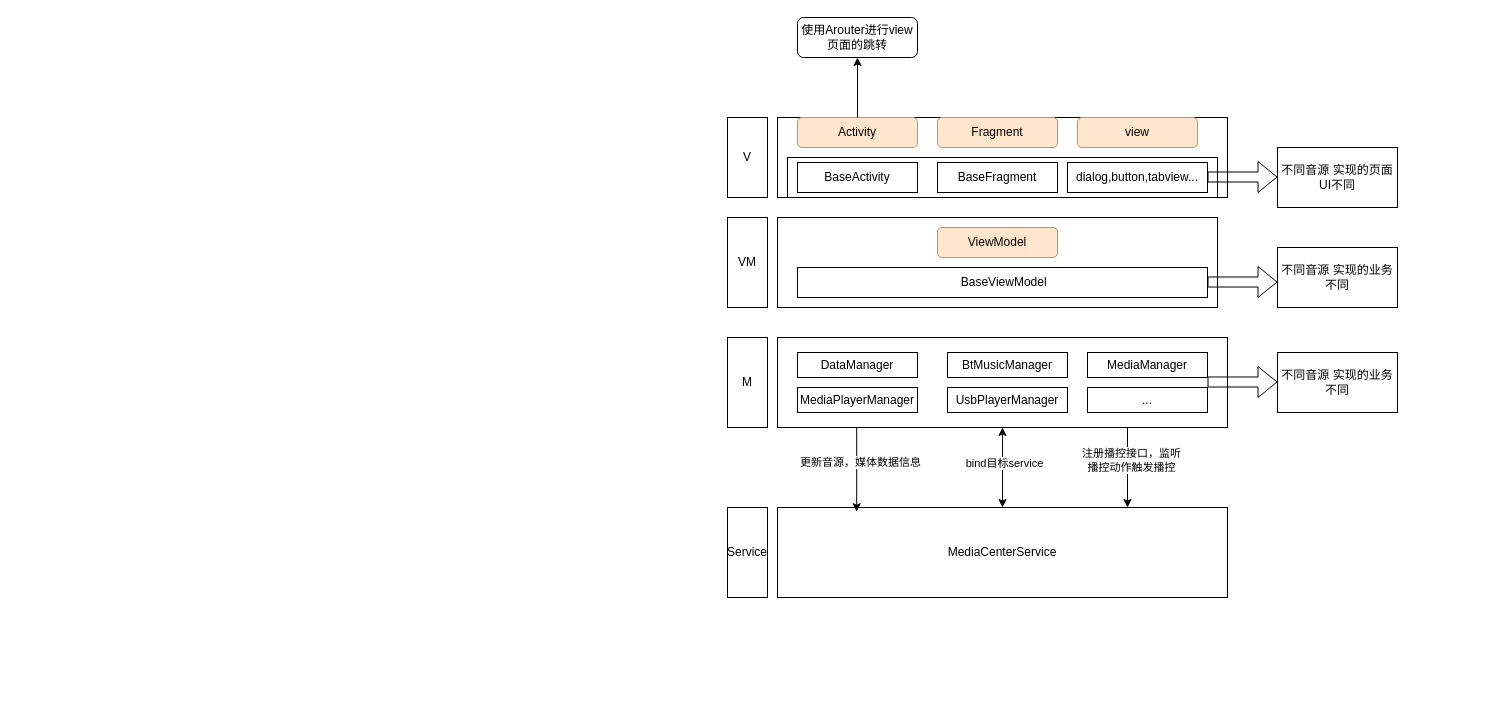
Before: page "MediaCenter重构" (2 of 14) of 未命名绘图.drawio in NewPlayerAndroid/Latest-Interview, a draw.io diagram. Source tidied: cells renumbered, new cells numbered last; positions are measured from the earlier drawing's top-left corner, leaving out a move shared by most shapes. Both pictures are drawn from the tidied source at 100%, with x=0, y=0 at pixel (707, 17).
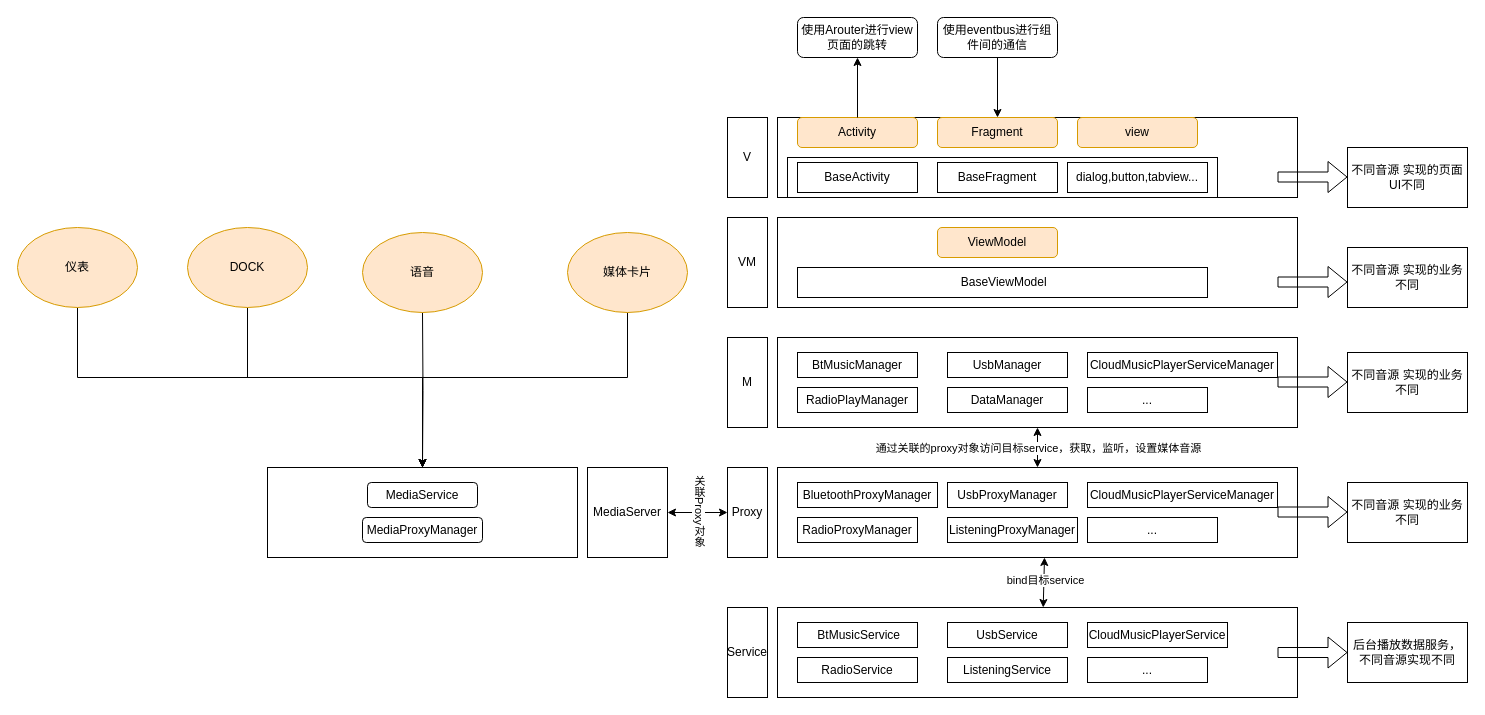
The same diagram, later.

Unchanged cells that the change refers to:
```xml
<mxCell id="6" value="Activity" style="rounded=1;whiteSpace=wrap;html=1;fillColor=#ffe6cc;strokeColor=#d79b00;" parent="1" vertex="1">
  <mxGeometry x="90" y="100" width="120" height="30" as="geometry" />
</mxCell>
<mxCell id="7" value="Fragment" style="rounded=1;whiteSpace=wrap;html=1;fillColor=#ffe6cc;strokeColor=#d79b00;" parent="1" vertex="1">
  <mxGeometry x="230" y="100" width="120" height="30" as="geometry" />
</mxCell>
```

Diff of the diagram source:
```diff
@@
-    <mxCell id="5" style="rounded=0;whiteSpace=wrap;html=1;" parent="1" vertex="1">
-      <mxGeometry x="70" y="100" width="450" height="80" as="geometry" />
-    </mxCell>
+    <mxCell id="41" style="rounded=0;whiteSpace=wrap;html=1;" parent="1" vertex="1">
+      <mxGeometry x="70" y="100" width="520" height="80" as="geometry" />
+    </mxCell>
@@
-    <mxCell id="13" style="shape=flexArrow;endArrow=classic;html=1;rounded=0;" parent="1" edge="1">
-      <mxGeometry relative="1" as="geometry">
-        <mxPoint x="500" y="159.5" as="sourcePoint" />
-        <mxPoint x="570" y="159.5" as="targetPoint" />
-      </mxGeometry>
-    </mxCell>
+    <mxCell id="42" style="shape=flexArrow;endArrow=classic;html=1;rounded=0;" parent="1" edge="1">
+      <mxGeometry relative="1" as="geometry">
+        <mxPoint x="570" y="159.5" as="sourcePoint" />
+        <mxPoint x="640" y="159.5" as="targetPoint" />
+      </mxGeometry>
+    </mxCell>
     <mxCell id="14" value="不同音源 实现的页面UI不同" style="rounded=0;whiteSpace=wrap;html=1;" parent="1" vertex="1">
-      <mxGeometry x="570" y="130" width="120" height="60" as="geometry" />
+      <mxGeometry x="640" y="130" width="120" height="60" as="geometry" />
     </mxCell>
@@
-    <mxCell id="16" style="rounded=0;whiteSpace=wrap;html=1;" parent="1" vertex="1">
-      <mxGeometry x="70" y="200" width="440" height="90" as="geometry" />
-    </mxCell>
+    <mxCell id="43" style="rounded=0;whiteSpace=wrap;html=1;" parent="1" vertex="1">
+      <mxGeometry x="70" y="200" width="520" height="90" as="geometry" />
+    </mxCell>
@@
-    <mxCell id="19" style="shape=flexArrow;endArrow=classic;html=1;rounded=0;" parent="1" edge="1">
-      <mxGeometry relative="1" as="geometry">
-        <mxPoint x="500" y="264.5" as="sourcePoint" />
-        <mxPoint x="570" y="264.5" as="targetPoint" />
-      </mxGeometry>
-    </mxCell>
-    <mxCell id="20" value="不同音源 实现的业务不同" style="rounded=0;whiteSpace=wrap;html=1;" parent="1" vertex="1">
-      <mxGeometry x="570" y="230" width="120" height="60" as="geometry" />
-    </mxCell>
+    <mxCell id="44" style="shape=flexArrow;endArrow=classic;html=1;rounded=0;" parent="1" edge="1">
+      <mxGeometry relative="1" as="geometry">
+        <mxPoint x="570" y="264.5" as="sourcePoint" />
+        <mxPoint x="640" y="264.5" as="targetPoint" />
+      </mxGeometry>
+    </mxCell>
+    <mxCell id="45" value="不同音源 实现的业务不同" style="rounded=0;whiteSpace=wrap;html=1;" parent="1" vertex="1">
+      <mxGeometry x="640" y="230" width="120" height="60" as="geometry" />
+    </mxCell>
@@
-    <mxCell id="22" style="rounded=0;whiteSpace=wrap;html=1;" parent="1" vertex="1">
-      <mxGeometry x="70" y="320" width="450" height="90" as="geometry" />
-    </mxCell>
+    <mxCell id="46" style="rounded=0;whiteSpace=wrap;html=1;" parent="1" vertex="1">
+      <mxGeometry x="70" y="320" width="520" height="90" as="geometry" />
+    </mxCell>
+    <mxCell id="24" value="BtMusicManager" style="rounded=0;whiteSpace=wrap;html=1;" parent="1" vertex="1">
+      <mxGeometry x="90" y="335" width="120" height="25" as="geometry" />
+    </mxCell>
+    <mxCell id="47" value="UsbManager" style="rounded=0;whiteSpace=wrap;html=1;" parent="1" vertex="1">
+      <mxGeometry x="240" y="335" width="120" height="25" as="geometry" />
+    </mxCell>
+    <mxCell id="48" value="CloudMusicPlayerServiceManager" style="rounded=0;whiteSpace=wrap;html=1;" parent="1" vertex="1">
+      <mxGeometry x="380" y="335" width="190" height="25" as="geometry" />
+    </mxCell>
+    <mxCell id="49" value="RadioPlayManager" style="rounded=0;whiteSpace=wrap;html=1;" parent="1" vertex="1">
+      <mxGeometry x="90" y="370" width="120" height="25" as="geometry" />
+    </mxCell>
     <mxCell id="23" value="DataManager" style="rounded=0;whiteSpace=wrap;html=1;" parent="1" vertex="1">
-      <mxGeometry x="90" y="335" width="120" height="25" as="geometry" />
+      <mxGeometry x="240" y="370" width="120" height="25" as="geometry" />
     </mxCell>
-    <mxCell id="24" value="BtMusicManager" style="rounded=0;whiteSpace=wrap;html=1;" parent="1" vertex="1">
-      <mxGeometry x="240" y="335" width="120" height="25" as="geometry" />
-    </mxCell>
-    <mxCell id="25" value="MediaManager" style="rounded=0;whiteSpace=wrap;html=1;" parent="1" vertex="1">
-      <mxGeometry x="380" y="335" width="120" height="25" as="geometry" />
-    </mxCell>
-    <mxCell id="26" value="MediaPlayerManager" style="rounded=0;whiteSpace=wrap;html=1;" parent="1" vertex="1">
-      <mxGeometry x="90" y="370" width="120" height="25" as="geometry" />
-    </mxCell>
-    <mxCell id="27" value="UsbPlayerManager" style="rounded=0;whiteSpace=wrap;html=1;" parent="1" vertex="1">
-      <mxGeometry x="240" y="370" width="120" height="25" as="geometry" />
-    </mxCell>
@@
-    <mxCell id="29" style="shape=flexArrow;endArrow=classic;html=1;rounded=0;" parent="1" edge="1">
-      <mxGeometry relative="1" as="geometry">
-        <mxPoint x="500" y="364.5" as="sourcePoint" />
-        <mxPoint x="570" y="364.5" as="targetPoint" />
-      </mxGeometry>
-    </mxCell>
-    <mxCell id="30" value="不同音源 实现的业务不同" style="rounded=0;whiteSpace=wrap;html=1;" parent="1" vertex="1">
-      <mxGeometry x="570" y="335" width="120" height="60" as="geometry" />
-    </mxCell>
+    <mxCell id="50" style="shape=flexArrow;endArrow=classic;html=1;rounded=0;" parent="1" edge="1">
+      <mxGeometry relative="1" as="geometry">
+        <mxPoint x="570" y="364.5" as="sourcePoint" />
+        <mxPoint x="640" y="364.5" as="targetPoint" />
+      </mxGeometry>
+    </mxCell>
+    <mxCell id="51" value="不同音源 实现的业务不同" style="rounded=0;whiteSpace=wrap;html=1;" parent="1" vertex="1">
+      <mxGeometry x="640" y="335" width="120" height="60" as="geometry" />
+    </mxCell>
@@
-    <mxCell id="32" style="endArrow=classic;html=1;rounded=0;" parent="1" edge="1" source="6">
-      <mxGeometry relative="1" as="geometry">
-        <mxPoint x="150" y="40" as="targetPoint" />
-      </mxGeometry>
-    </mxCell>
+    <mxCell id="52" style="endArrow=classic;html=1;rounded=0;" parent="1" edge="1" source="6">
+      <mxGeometry relative="1" as="geometry">
+        <mxPoint x="150" y="40" as="targetPoint" />
+      </mxGeometry>
+    </mxCell>
+    <mxCell id="53" style="edgeStyle=orthogonalEdgeStyle;rounded=0;jettySize=auto;html=1;" parent="1" edge="1" source="54" target="7">
+      <mxGeometry relative="1" as="geometry" />
+    </mxCell>
+    <mxCell id="54" value="使用eventbus进行组件间的通信" style="rounded=1;whiteSpace=wrap;html=1;" parent="1" vertex="1">
+      <mxGeometry x="230" width="120" height="40" as="geometry" />
+    </mxCell>
     <mxCell id="33" value="Service" style="rounded=0;whiteSpace=wrap;html=1;" parent="1" vertex="1">
-      <mxGeometry x="20" y="490" width="40" height="90" as="geometry" />
+      <mxGeometry x="20" y="590" width="40" height="90" as="geometry" />
     </mxCell>
-    <mxCell id="34" value="MediaCenterService" style="rounded=0;whiteSpace=wrap;html=1;" parent="1" vertex="1">
-      <mxGeometry x="70" y="490" width="450" height="90" as="geometry" />
-    </mxCell>
-    <mxCell id="35" style="endArrow=classic;startArrow=classic;html=1;rounded=0;exitX=0.5;exitY=0;exitDx=0;exitDy=0;entryX=0.5;entryY=1;entryDx=0;entryDy=0;" parent="1" edge="1" source="34" target="22">
-      <mxGeometry relative="1" as="geometry" />
-    </mxCell>
+    <mxCell id="55" value="Proxy" style="rounded=0;whiteSpace=wrap;html=1;" parent="1" vertex="1">
+      <mxGeometry x="20" y="450" width="40" height="90" as="geometry" />
+    </mxCell>
+    <mxCell id="56" style="rounded=0;whiteSpace=wrap;html=1;" parent="1" vertex="1">
+      <mxGeometry x="70" y="590" width="520" height="90" as="geometry" />
+    </mxCell>
+    <mxCell id="57" value="&amp;nbsp;BtMusicService" style="rounded=0;whiteSpace=wrap;html=1;" parent="1" vertex="1">
+      <mxGeometry x="90" y="605" width="120" height="25" as="geometry" />
+    </mxCell>
+    <mxCell id="58" value="UsbService" style="rounded=0;whiteSpace=wrap;html=1;" parent="1" vertex="1">
+      <mxGeometry x="240" y="605" width="120" height="25" as="geometry" />
+    </mxCell>
+    <mxCell id="59" value="CloudMusicPlayerService" style="rounded=0;whiteSpace=wrap;html=1;" parent="1" vertex="1">
+      <mxGeometry x="380" y="605" width="140" height="25" as="geometry" />
+    </mxCell>
+    <mxCell id="60" value="RadioService" style="rounded=0;whiteSpace=wrap;html=1;" parent="1" vertex="1">
+      <mxGeometry x="90" y="640" width="120" height="25" as="geometry" />
+    </mxCell>
+    <mxCell id="61" value="ListeningService" style="rounded=0;whiteSpace=wrap;html=1;" parent="1" vertex="1">
+      <mxGeometry x="240" y="640" width="120" height="25" as="geometry" />
+    </mxCell>
+    <mxCell id="62" value="..." style="rounded=0;whiteSpace=wrap;html=1;" parent="1" vertex="1">
+      <mxGeometry x="380" y="640" width="120" height="25" as="geometry" />
+    </mxCell>
+    <mxCell id="63" style="rounded=0;whiteSpace=wrap;html=1;" parent="1" vertex="1">
+      <mxGeometry x="70" y="450" width="520" height="90" as="geometry" />
+    </mxCell>
+    <mxCell id="64" value="BluetoothProxyManager" style="rounded=0;whiteSpace=wrap;html=1;" parent="1" vertex="1">
+      <mxGeometry x="90" y="465" width="140" height="25" as="geometry" />
+    </mxCell>
+    <mxCell id="65" value="UsbProxyManager" style="rounded=0;whiteSpace=wrap;html=1;" parent="1" vertex="1">
+      <mxGeometry x="240" y="465" width="120" height="25" as="geometry" />
+    </mxCell>
+    <mxCell id="66" value="CloudMusicPlayerServiceManager" style="rounded=0;whiteSpace=wrap;html=1;" parent="1" vertex="1">
+      <mxGeometry x="380" y="465" width="190" height="25" as="geometry" />
+    </mxCell>
+    <mxCell id="67" value="RadioProxyManager" style="rounded=0;whiteSpace=wrap;html=1;" parent="1" vertex="1">
+      <mxGeometry x="90" y="500" width="120" height="25" as="geometry" />
+    </mxCell>
+    <mxCell id="68" value="ListeningProxyManager" style="rounded=0;whiteSpace=wrap;html=1;" parent="1" vertex="1">
+      <mxGeometry x="240" y="500" width="130" height="25" as="geometry" />
+    </mxCell>
+    <mxCell id="69" value="..." style="rounded=0;whiteSpace=wrap;html=1;" parent="1" vertex="1">
+      <mxGeometry x="380" y="500" width="130" height="25" as="geometry" />
+    </mxCell>
+    <mxCell id="70" style="shape=flexArrow;endArrow=classic;html=1;rounded=0;entryX=0;entryY=0.5;entryDx=0;entryDy=0;" parent="1" edge="1" target="71">
+      <mxGeometry relative="1" as="geometry">
+        <mxPoint x="570" y="635" as="sourcePoint" />
+      </mxGeometry>
+    </mxCell>
+    <mxCell id="71" value="后台播放数据服务，不同音源实现不同" style="rounded=0;whiteSpace=wrap;html=1;" parent="1" vertex="1">
+      <mxGeometry x="640" y="605" width="120" height="60" as="geometry" />
+    </mxCell>
+    <mxCell id="72" style="endArrow=classic;startArrow=classic;html=1;rounded=0;exitX=0.5;exitY=0;exitDx=0;exitDy=0;entryX=0.5;entryY=1;entryDx=0;entryDy=0;" parent="1" edge="1" source="63" target="46">
+      <mxGeometry relative="1" as="geometry" />
+    </mxCell>
+    <mxCell id="73" value="通过关联的proxy对象访问目标service，获取，监听，设置媒体音源" style="edgeLabel;html=1;align=center;verticalAlign=middle;" parent="72" vertex="1">
+      <mxGeometry relative="1" as="geometry" />
+    </mxCell>
+    <mxCell id="74" style="endArrow=classic;startArrow=classic;html=1;rounded=0;exitX=0.511;exitY=0;exitDx=0;exitDy=0;exitPerimeter=0;" parent="1" edge="1" source="56">
+      <mxGeometry relative="1" as="geometry">
+        <mxPoint x="337" y="540" as="targetPoint" />
+      </mxGeometry>
+    </mxCell>
-    <mxCell id="36" value="bind目标service" style="edgeLabel;html=1;align=center;verticalAlign=middle;" parent="35" vertex="1">
+    <mxCell id="36" value="bind目标service" style="edgeLabel;html=1;align=center;verticalAlign=middle;" parent="74" vertex="1">
       <mxGeometry x="0.13" y="-1" relative="1" as="geometry" />
     </mxCell>
-    <mxCell id="37" style="endArrow=classic;html=1;rounded=0;entryX=0.176;entryY=0.047;entryDx=0;entryDy=0;entryPerimeter=0;exitX=0.176;exitY=1.003;exitDx=0;exitDy=0;exitPerimeter=0;" parent="1" edge="1" source="22" target="34">
-      <mxGeometry relative="1" as="geometry" />
-    </mxCell>
-    <mxCell id="38" value="更新音源，媒体数据信息" style="edgeLabel;html=1;align=center;verticalAlign=middle;" parent="37" vertex="1">
-      <mxGeometry x="-0.19" y="3" relative="1" as="geometry" />
-    </mxCell>
-    <mxCell id="39" style="endArrow=classic;html=1;rounded=0;exitX=0.176;exitY=1.003;exitDx=0;exitDy=0;exitPerimeter=0;" parent="1" edge="1">
-      <mxGeometry relative="1" as="geometry">
-        <mxPoint x="420" y="410" as="sourcePoint" />
-        <mxPoint x="420" y="490" as="targetPoint" />
-      </mxGeometry>
-    </mxCell>
-    <mxCell id="40" value="注册播控接口，监听&lt;div&gt;播控动作触发播控&lt;/div&gt;" style="edgeLabel;html=1;align=center;verticalAlign=middle;" parent="39" vertex="1">
-      <mxGeometry x="-0.19" y="3" relative="1" as="geometry" />
-    </mxCell>
+    <mxCell id="75" style="shape=flexArrow;endArrow=classic;html=1;rounded=0;" parent="1" edge="1">
+      <mxGeometry relative="1" as="geometry">
+        <mxPoint x="570" y="494.5" as="sourcePoint" />
+        <mxPoint x="640" y="494.5" as="targetPoint" />
+      </mxGeometry>
+    </mxCell>
+    <mxCell id="76" value="不同音源 实现的业务不同" style="rounded=0;whiteSpace=wrap;html=1;" parent="1" vertex="1">
+      <mxGeometry x="640" y="465" width="120" height="60" as="geometry" />
+    </mxCell>
+    <mxCell id="77" style="rounded=0;whiteSpace=wrap;html=1;" parent="1" vertex="1">
+      <mxGeometry x="-440" y="450" width="310" height="90" as="geometry" />
+    </mxCell>
+    <mxCell id="78" value="MediaServer" style="rounded=0;whiteSpace=wrap;html=1;" parent="1" vertex="1">
+      <mxGeometry x="-120" y="450" width="80" height="90" as="geometry" />
+    </mxCell>
+    <mxCell id="79" value="MediaService" style="rounded=1;whiteSpace=wrap;html=1;" parent="1" vertex="1">
+      <mxGeometry x="-340" y="465" width="110" height="25" as="geometry" />
+    </mxCell>
+    <mxCell id="80" style="endArrow=classic;startArrow=classic;html=1;rounded=0;entryX=0;entryY=0.5;entryDx=0;entryDy=0;" parent="1" edge="1" source="78" target="55">
+      <mxGeometry relative="1" as="geometry" />
+    </mxCell>
+    <mxCell id="81" value="关联Proxy对象" style="edgeLabel;html=1;align=center;verticalAlign=middle;textDirection=vertical-lr;" parent="80" vertex="1">
+      <mxGeometry x="-0.01" y="2" relative="1" as="geometry" />
+    </mxCell>
+    <mxCell id="82" value="MediaProxyManager" style="rounded=1;whiteSpace=wrap;html=1;" parent="1" vertex="1">
+      <mxGeometry x="-345" y="500" width="120" height="25" as="geometry" />
+    </mxCell>
+    <mxCell id="83" style="edgeStyle=orthogonalEdgeStyle;rounded=0;jettySize=auto;html=1;entryX=0.5;entryY=0;entryDx=0;entryDy=0;" parent="1" edge="1" target="77">
+      <mxGeometry relative="1" as="geometry">
+        <mxPoint x="-460" y="290" as="sourcePoint" />
+        <Array as="points">
+          <mxPoint x="-460" y="360" />
+          <mxPoint x="-285" y="360" />
+        </Array>
+      </mxGeometry>
+    </mxCell>
+    <mxCell id="84" style="edgeStyle=orthogonalEdgeStyle;rounded=0;jettySize=auto;html=1;entryX=0.5;entryY=0;entryDx=0;entryDy=0;" parent="1" edge="1" target="77">
+      <mxGeometry relative="1" as="geometry">
+        <mxPoint x="-285" y="295" as="sourcePoint" />
+      </mxGeometry>
+    </mxCell>
+    <mxCell id="85" style="edgeStyle=orthogonalEdgeStyle;rounded=0;jettySize=auto;html=1;entryX=0.5;entryY=0;entryDx=0;entryDy=0;" parent="1" edge="1" target="77">
+      <mxGeometry relative="1" as="geometry">
+        <mxPoint x="-80" y="295" as="sourcePoint" />
+        <Array as="points">
+          <mxPoint x="-80" y="360" />
+          <mxPoint x="-285" y="360" />
+        </Array>
+      </mxGeometry>
+    </mxCell>
+    <mxCell id="86" style="edgeStyle=orthogonalEdgeStyle;rounded=0;jettySize=auto;html=1;entryX=0.5;entryY=0;entryDx=0;entryDy=0;" parent="1" edge="1" target="77">
+      <mxGeometry relative="1" as="geometry">
+        <mxPoint x="-630" y="290" as="sourcePoint" />
+        <Array as="points">
+          <mxPoint x="-630" y="360" />
+          <mxPoint x="-285" y="360" />
+        </Array>
+      </mxGeometry>
+    </mxCell>
+    <mxCell id="87" value="DOCK" style="ellipse;whiteSpace=wrap;html=1;fillColor=#ffe6cc;strokeColor=#d79b00;" parent="1" vertex="1">
+      <mxGeometry x="-520" y="210" width="120" height="80" as="geometry" />
+    </mxCell>
+    <mxCell id="88" value="语音" style="ellipse;whiteSpace=wrap;html=1;fillColor=#ffe6cc;strokeColor=#d79b00;" parent="1" vertex="1">
+      <mxGeometry x="-345" y="215" width="120" height="80" as="geometry" />
+    </mxCell>
+    <mxCell id="89" value="媒体卡片" style="ellipse;whiteSpace=wrap;html=1;fillColor=#ffe6cc;strokeColor=#d79b00;" parent="1" vertex="1">
+      <mxGeometry x="-140" y="215" width="120" height="80" as="geometry" />
+    </mxCell>
+    <mxCell id="90" value="仪表" style="ellipse;whiteSpace=wrap;html=1;fillColor=#ffe6cc;strokeColor=#d79b00;" parent="1" vertex="1">
+      <mxGeometry x="-690" y="210" width="120" height="80" as="geometry" />
+    </mxCell>
```
